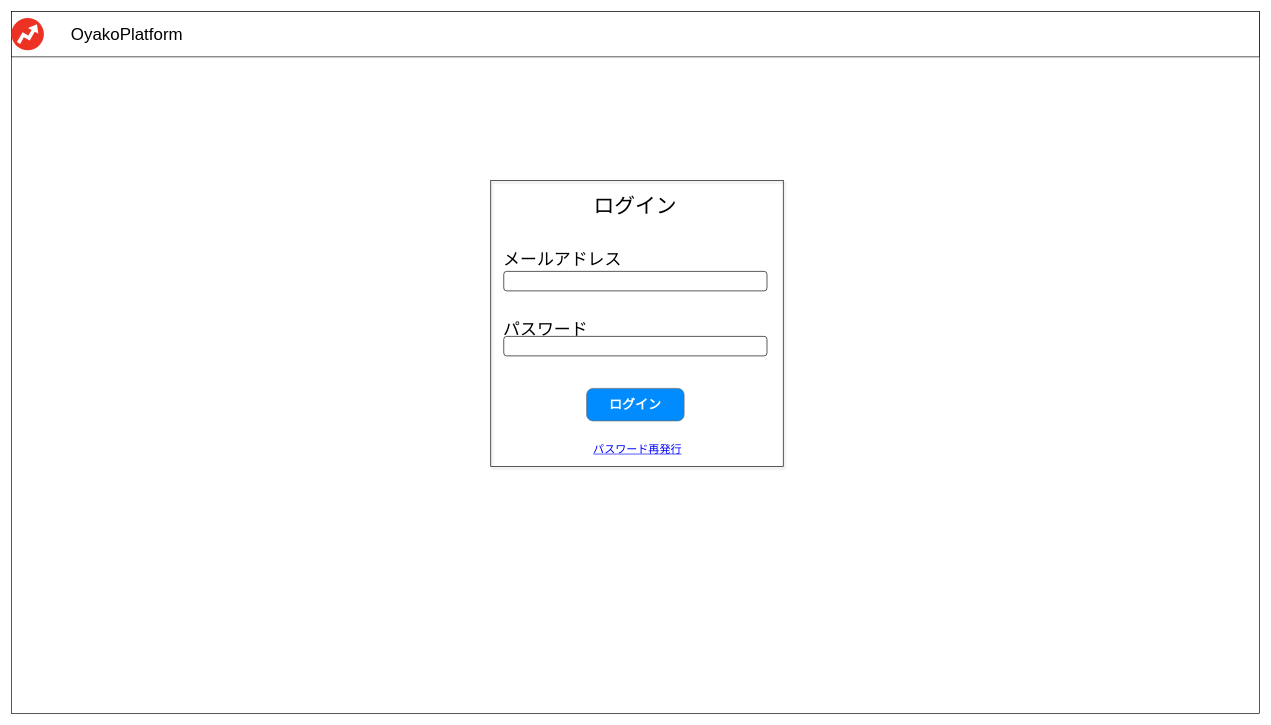
Earlier version of the draw.io diagram page "ログイン画面" (1 of 4) of doc/画面.drawio (KoMMet/OyakoProject). Source tidied: cells renumbered, new cells numbered last; positions are measured from the earlier drawing's top-left corner, leaving out a move shared by most shapes. Both pictures are drawn from the tidied source at 65%, with x=0, y=0 at pixel (11, 11).
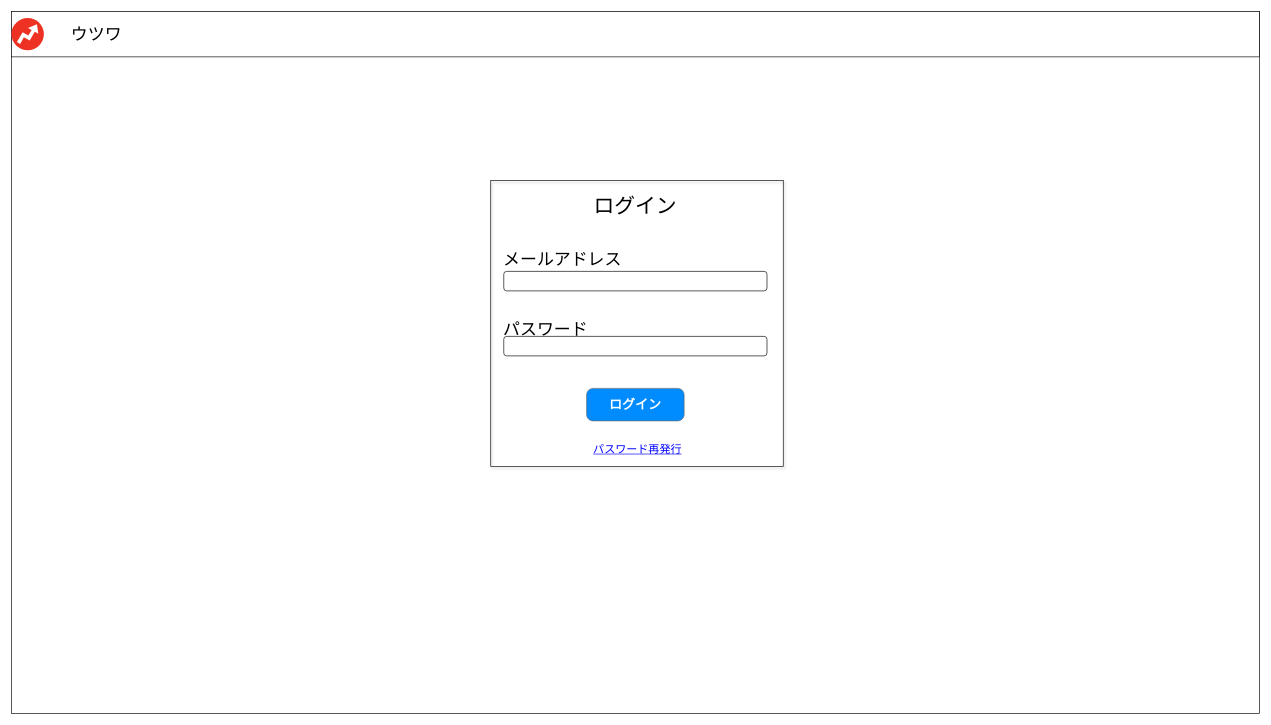
After the change.

The edit, as a diff of the source:
```diff
@@
 <mxGraphModel background="#ffffff">
   <root>
     <mxCell id="0" />
     <mxCell id="1" parent="0" />
     <mxCell id="2" style="rounded=0;whiteSpace=wrap;html=1;" parent="1" vertex="1">
       <mxGeometry width="1920" height="1080" as="geometry" />
     </mxCell>
     <mxCell id="3" style="group;strokeColor=#000000;strokeWidth=1;shadow=1;sketch=0;" parent="1" vertex="1">
       <mxGeometry x="737.5" y="260" width="450" height="440" as="geometry" />
     </mxCell>
     <mxCell id="4" value="ログイン" style="text;html=1;strokeColor=none;fillColor=none;align=center;verticalAlign=middle;whiteSpace=wrap;rounded=0;fontSize=32;" parent="3" vertex="1">
       <mxGeometry x="17.5" width="410" height="80" as="geometry" />
     </mxCell>
     <mxCell id="5" value="&lt;font style=&quot;font-size: 26px&quot;&gt;メールアドレス&lt;/font&gt;" style="text;html=1;strokeColor=none;fillColor=none;align=left;verticalAlign=middle;whiteSpace=wrap;rounded=0;fontSize=32;" parent="3" vertex="1">
       <mxGeometry x="17.5" y="100" width="415" height="40" as="geometry" />
     </mxCell>
     <mxCell id="6" value="パスワード" style="text;html=1;strokeColor=none;fillColor=none;align=left;verticalAlign=middle;whiteSpace=wrap;rounded=0;fontSize=26;" parent="3" vertex="1">
       <mxGeometry x="17.5" y="210" width="280" height="40" as="geometry" />
     </mxCell>
     <mxCell id="7" style="rounded=1;whiteSpace=wrap;html=1;fontSize=26;align=center;" parent="3" vertex="1">
       <mxGeometry x="20" y="140" width="405" height="30" as="geometry" />
     </mxCell>
     <mxCell id="8" style="rounded=1;whiteSpace=wrap;html=1;fontSize=26;align=center;" parent="3" vertex="1">
       <mxGeometry x="20" y="240" width="405" height="30" as="geometry" />
     </mxCell>
     <mxCell id="9" value="&lt;font style=&quot;font-size: 20px&quot;&gt;ログイン&lt;/font&gt;" style="strokeWidth=1;shadow=0;dashed=0;align=center;html=1;shape=mxgraph.mockup.buttons.button;strokeColor=#666666;fontColor=#ffffff;mainText=;buttonStyle=round;fontSize=17;fontStyle=1;fillColor=#008cff;whiteSpace=wrap;" parent="3" vertex="1">
       <mxGeometry x="147.5" y="320" width="150" height="50" as="geometry" />
     </mxCell>
     <mxCell id="10" value="パスワード再発行" style="strokeWidth=1;shadow=0;dashed=0;align=center;html=1;shape=mxgraph.mockup.text.alphanumeric;linkText=;html=1;fontStyle=4;fontSize=17;fontColor=#0000ff;" parent="3" vertex="1">
       <mxGeometry y="390" width="450" height="50" as="geometry" />
     </mxCell>
     <mxCell id="11" style="rounded=0;whiteSpace=wrap;html=1;shadow=0;labelBackgroundColor=#ffffff;sketch=0;strokeColor=#000000;strokeWidth=1;fontSize=26;align=center;" parent="1" vertex="1">
       <mxGeometry width="1920" height="70" as="geometry" />
     </mxCell>
     <mxCell id="12" style="dashed=0;html=1;align=center;labelPosition=center;verticalLabelPosition=bottom;verticalAlign=top;shape=mxgraph.weblogos.buzzfeed;fillColor=#ED3223;strokeColor=none;shadow=0;labelBackgroundColor=#ffffff;sketch=0;fontSize=26;" parent="1" vertex="1">
       <mxGeometry y="10" width="50" height="50" as="geometry" />
     </mxCell>
-    <mxCell id="13" value="OyakoPlatform" style="text;html=1;strokeColor=none;fillColor=none;align=left;verticalAlign=middle;whiteSpace=wrap;rounded=0;shadow=0;labelBackgroundColor=#ffffff;sketch=0;fontSize=26;" parent="1" vertex="1">
+    <mxCell id="13" value="ウツワ" style="text;html=1;strokeColor=none;fillColor=none;align=left;verticalAlign=middle;whiteSpace=wrap;rounded=0;shadow=0;labelBackgroundColor=#ffffff;sketch=0;fontSize=26;" parent="1" vertex="1">
       <mxGeometry x="90" y="25" width="150" height="20" as="geometry" />
     </mxCell>
   </root>
 </mxGraphModel>
```
